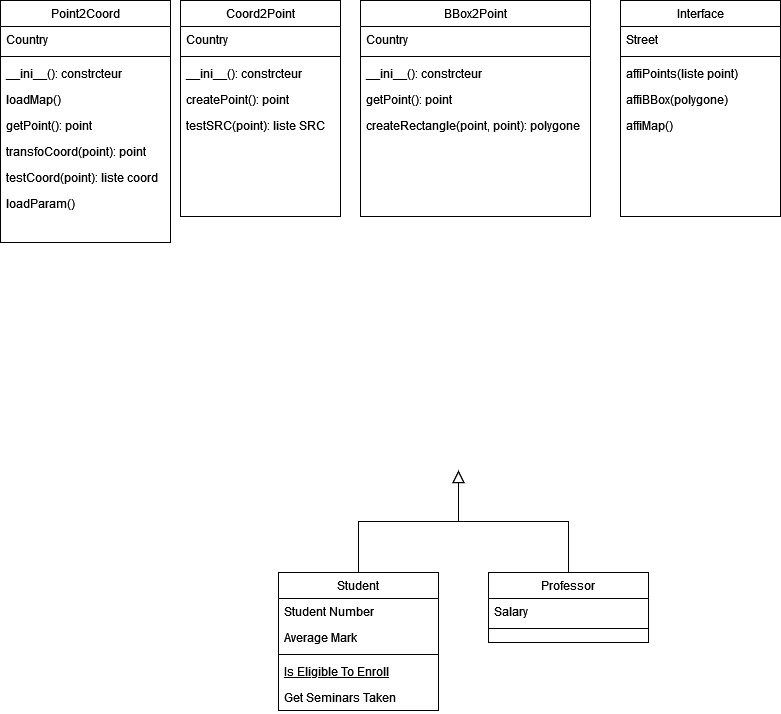
Before: diag_classe_plugin.png, a diagram exported from draw.io (leonielrx/ProjetInfo_DoGeo). Source tidied: cells renumbered, new cells last; positions are measured from the earlier drawing's top-left corner, leaving out a move shared by most shapes.
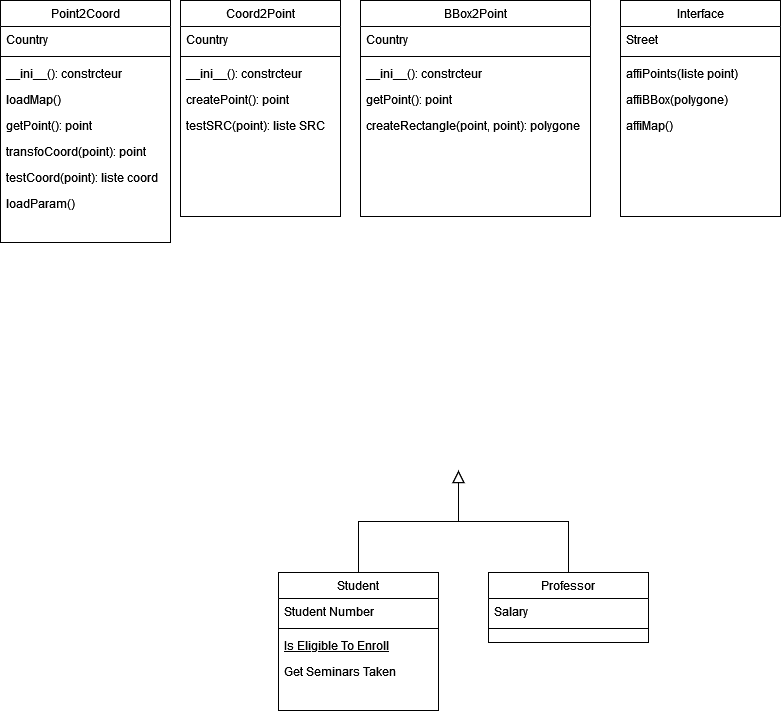
The same diagram one commit later.

Commit message:
Mettre à jour diag_classe_plugin.png

Change to the diagram source:
```diff
@@ -8,17 +8,14 @@
     <mxCell id="3" value="Student Number" style="text;align=left;verticalAlign=top;spacingLeft=4;spacingRight=4;overflow=hidden;" parent="2" vertex="1">
       <mxGeometry y="26" width="160" height="26" as="geometry" />
     </mxCell>
-    <mxCell id="4" value="Average Mark" style="text;align=left;verticalAlign=top;spacingLeft=4;spacingRight=4;overflow=hidden;rounded=0;shadow=0;html=0;" parent="2" vertex="1">
-      <mxGeometry y="52" width="160" height="26" as="geometry" />
-    </mxCell>
     <mxCell id="5" style="line;html=1;strokeWidth=1;align=left;verticalAlign=middle;spacingTop=-1;spacingLeft=3;spacingRight=3;labelPosition=right;" parent="2" vertex="1">
-      <mxGeometry y="78" width="160" height="8" as="geometry" />
+      <mxGeometry y="52" width="160" height="8" as="geometry" />
     </mxCell>
     <mxCell id="6" value="Is Eligible To Enroll" style="text;align=left;verticalAlign=top;spacingLeft=4;spacingRight=4;overflow=hidden;fontStyle=4;" parent="2" vertex="1">
-      <mxGeometry y="86" width="160" height="26" as="geometry" />
+      <mxGeometry y="60" width="160" height="26" as="geometry" />
     </mxCell>
     <mxCell id="7" value="Get Seminars Taken" style="text;align=left;verticalAlign=top;spacingLeft=4;spacingRight=4;overflow=hidden;" parent="2" vertex="1">
-      <mxGeometry y="112" width="160" height="26" as="geometry" />
+      <mxGeometry y="86" width="160" height="26" as="geometry" />
     </mxCell>
     <mxCell id="8" style="endArrow=block;endSize=10;endFill=0;shadow=0;strokeWidth=1;rounded=0;curved=0;edgeStyle=elbowEdgeStyle;elbow=vertical;" parent="1" edge="1" source="2">
       <mxGeometry relative="1" as="geometry">
```
